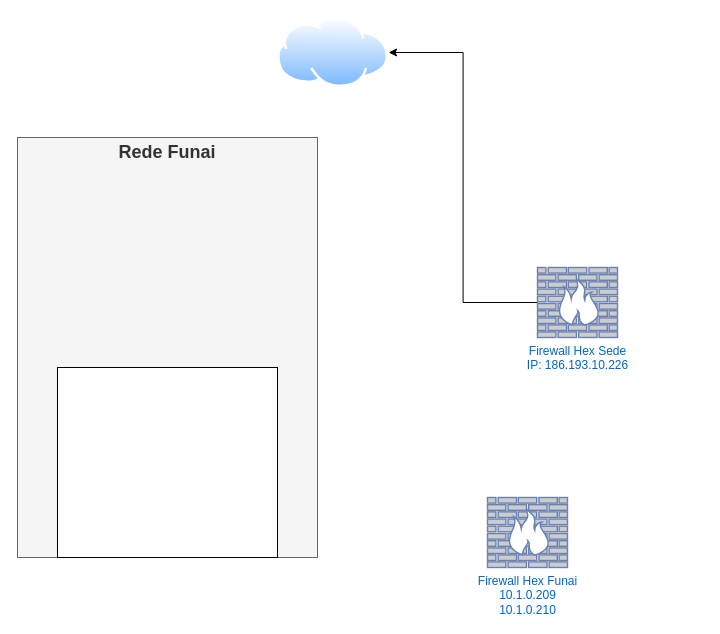
dionepcs/ghkskkdhsema keeps this draw.io diagram as vpn-funai-sede.drawio. Above is the earlier version. Source tidied: cells renumbered, new cells numbered last; positions are measured from the earlier drawing's top-left corner, leaving out a move shared by most shapes. Both pictures are drawn from the tidied source at 100%, with x=0, y=0 at pixel (17, 17).
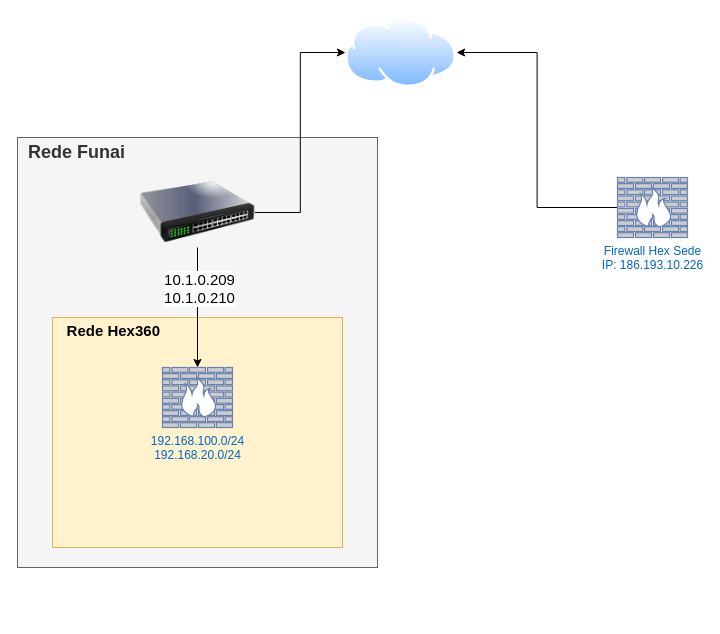
The same page after the edit.

What changed in the source:
```diff
@@
 <mxGraphModel>
   <root>
     <mxCell id="0" />
     <mxCell id="1" parent="0" />
-    <mxCell id="2" value="&lt;h2&gt;Rede Funai&lt;/h2&gt;" style="rounded=0;whiteSpace=wrap;html=1;fillColor=#f5f5f5;fontColor=#333333;strokeColor=#666666;labelPosition=center;verticalLabelPosition=top;align=center;verticalAlign=bottom;spacingBottom=-44;" parent="1" vertex="1">
-      <mxGeometry y="120" width="300" height="420" as="geometry" />
+    <mxCell id="2" value="&lt;h2&gt;Rede Funai&lt;/h2&gt;" style="rounded=0;whiteSpace=wrap;html=1;fillColor=#f5f5f5;fontColor=#333333;strokeColor=#666666;labelPosition=left;verticalLabelPosition=top;align=right;verticalAlign=bottom;spacingBottom=-44;spacingRight=-110;spacingLeft=0;" parent="1" vertex="1">
+      <mxGeometry y="120" width="360" height="430" as="geometry" />
     </mxCell>
     <mxCell id="3" style="perimeter=ellipsePerimeter;html=1;align=center;shadow=0;dashed=0;spacingTop=3;image;image=img/lib/active_directory/internet_cloud.svg;" parent="1" vertex="1">
-      <mxGeometry x="260" width="111.1" height="70" as="geometry" />
+      <mxGeometry x="328" width="111.1" height="70" as="geometry" />
     </mxCell>
-    <mxCell id="4" value="Firewall Hex Funai&lt;br&gt;10.1.0.209&lt;br&gt;10.1.0.210" style="fontColor=#0066CC;verticalAlign=top;verticalLabelPosition=bottom;labelPosition=center;align=center;html=1;outlineConnect=0;fillColor=#CCCCCC;strokeColor=#6881B3;gradientColor=none;gradientDirection=north;strokeWidth=2;shape=mxgraph.networks.firewall;" parent="1" vertex="1">
-      <mxGeometry x="470" y="480" width="80" height="70" as="geometry" />
-    </mxCell>
     <mxCell id="5" style="edgeStyle=orthogonalEdgeStyle;rounded=0;jettySize=auto;html=1;entryX=1;entryY=0.5;entryDx=0;entryDy=0;" parent="1" edge="1" source="6" target="3">
       <mxGeometry relative="1" as="geometry" />
     </mxCell>
     <mxCell id="6" value="Firewall Hex Sede&lt;br&gt;IP: 186.193.10.226" style="fontColor=#0066CC;verticalAlign=top;verticalLabelPosition=bottom;labelPosition=center;align=center;html=1;outlineConnect=0;fillColor=#CCCCCC;strokeColor=#6881B3;gradientColor=none;gradientDirection=north;strokeWidth=2;shape=mxgraph.networks.firewall;" parent="1" vertex="1">
-      <mxGeometry x="520" y="250" width="80" height="70" as="geometry" />
+      <mxGeometry x="600" y="160" width="70" height="60" as="geometry" />
     </mxCell>
-    <mxCell id="7" style="rounded=0;whiteSpace=wrap;html=1;" parent="1" vertex="1">
-      <mxGeometry x="40" y="350" width="220" height="190" as="geometry" />
+    <mxCell id="7" value="Rede Hex360" style="rounded=0;whiteSpace=wrap;html=1;spacingBottom=-25;labelPosition=left;verticalLabelPosition=top;align=right;verticalAlign=bottom;fontSize=15;fontStyle=1;fillColor=#fff2cc;strokeColor=#d6b656;spacingRight=-110;" parent="1" vertex="1">
+      <mxGeometry x="35" y="300" width="290" height="230" as="geometry" />
     </mxCell>
+    <mxCell id="8" style="edgeStyle=orthogonalEdgeStyle;rounded=0;jettySize=auto;html=1;fontSize=15;entryX=0;entryY=0.5;entryDx=0;entryDy=0;" parent="1" edge="1" source="11" target="3">
+      <mxGeometry relative="1" as="geometry" />
+    </mxCell>
+    <mxCell id="9" style="edgeStyle=orthogonalEdgeStyle;rounded=0;jettySize=auto;html=1;fontSize=15;" parent="1" edge="1" source="11" target="4">
+      <mxGeometry relative="1" as="geometry" />
+    </mxCell>
+    <mxCell id="10" value="10.1.0.209&lt;br&gt;10.1.0.210" style="edgeLabel;html=1;align=center;verticalAlign=middle;fontSize=15;" parent="9" vertex="1">
+      <mxGeometry x="-0.33" y="1" relative="1" as="geometry" />
+    </mxCell>
+    <mxCell id="11" style="image;html=1;image=img/lib/clip_art/networking/Switch_128x128.png;fontSize=15;" parent="1" vertex="1">
+      <mxGeometry x="122.5" y="160" width="115" height="70" as="geometry" />
+    </mxCell>
+    <mxCell id="4" value="192.168.100.0/24&lt;br&gt;192.168.20.0/24" style="fontColor=#0066CC;verticalAlign=top;verticalLabelPosition=bottom;labelPosition=center;align=center;html=1;outlineConnect=0;fillColor=#CCCCCC;strokeColor=#6881B3;gradientColor=none;gradientDirection=north;strokeWidth=2;shape=mxgraph.networks.firewall;" parent="1" vertex="1">
+      <mxGeometry x="145" y="350" width="70" height="60" as="geometry" />
+    </mxCell>
   </root>
 </mxGraphModel>
```
